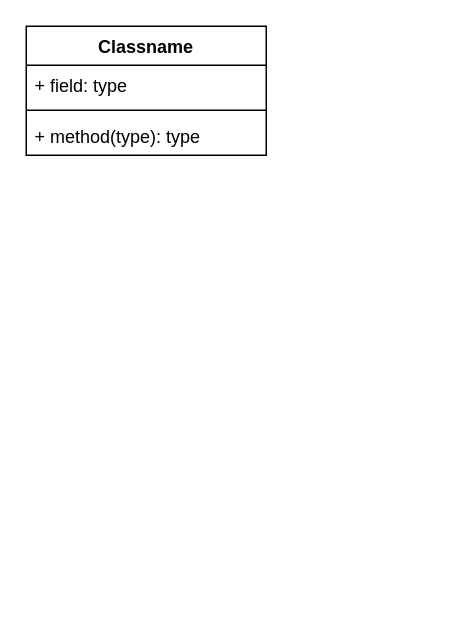
Above: Untitled Diagram.drawio in roka53/hello-world (draw.io), before the change. Source tidied: cells renumbered, new cells numbered last; positions are measured from the earlier drawing's top-left corner, leaving out a move shared by most shapes. Both pictures are drawn from the tidied source at 150%, with x=0, y=0 at pixel (26, 26).
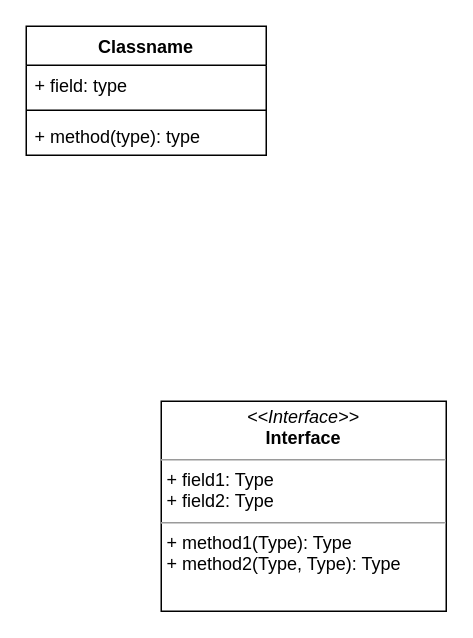
After the change.

Diff of the diagram source:
```diff
@@
 <mxGraphModel>
   <root>
     <mxCell id="0" />
     <mxCell id="1" parent="0" />
     <mxCell id="2" value="Classname" style="swimlane;fontStyle=1;align=center;verticalAlign=top;horizontal=1;startSize=26;" parent="1" vertex="1">
       <mxGeometry width="160" height="86" as="geometry" />
     </mxCell>
     <mxCell id="3" value="+ field: type" style="text;strokeColor=none;fillColor=none;align=left;verticalAlign=top;spacingLeft=4;spacingRight=4;overflow=hidden;" parent="2" vertex="1">
       <mxGeometry y="26" width="160" height="26" as="geometry" />
     </mxCell>
     <mxCell id="4" style="line;strokeWidth=1;fillColor=none;align=left;verticalAlign=middle;spacingTop=-1;spacingLeft=3;spacingRight=3;labelPosition=right;" parent="2" vertex="1">
       <mxGeometry y="52" width="160" height="8" as="geometry" />
     </mxCell>
     <mxCell id="5" value="+ method(type): type" style="text;strokeColor=none;fillColor=none;align=left;verticalAlign=top;spacingLeft=4;spacingRight=4;overflow=hidden;" parent="2" vertex="1">
       <mxGeometry y="60" width="160" height="26" as="geometry" />
     </mxCell>
+    <mxCell id="6" value="&lt;p style=&quot;margin:0px;margin-top:4px;text-align:center;&quot;&gt;&lt;i&gt;&amp;lt;&amp;lt;Interface&amp;gt;&amp;gt;&lt;/i&gt;&lt;br/&gt;&lt;b&gt;Interface&lt;/b&gt;&lt;/p&gt;&lt;hr size=&quot;1&quot;/&gt;&lt;p style=&quot;margin:0px;margin-left:4px;&quot;&gt;+ field1: Type&lt;br/&gt;+ field2: Type&lt;/p&gt;&lt;hr size=&quot;1&quot;/&gt;&lt;p style=&quot;margin:0px;margin-left:4px;&quot;&gt;+ method1(Type): Type&lt;br/&gt;+ method2(Type, Type): Type&lt;/p&gt;" style="verticalAlign=top;align=left;overflow=fill;fontSize=12;fontFamily=Helvetica;html=1;" parent="1" vertex="1">
+      <mxGeometry x="90" y="250" width="190" height="140" as="geometry" />
+    </mxCell>
   </root>
 </mxGraphModel>
```
